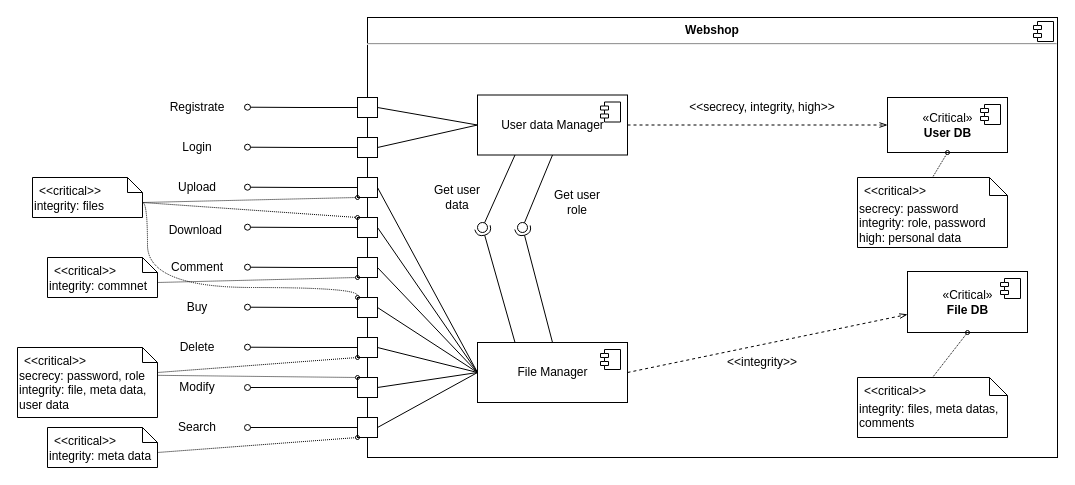
This is page "component" (1 of 3) of Diagrams/sequence/search.drawio from rittakos/CreaTeam-ComputerSecurity, a draw.io file, before an edit. Source tidied: cells renumbered, new cells numbered last; positions are measured from the earlier drawing's top-left corner, leaving out a move shared by most shapes. Both pictures are drawn from the tidied source at 100%, with x=0, y=0 at pixel (17, 17).
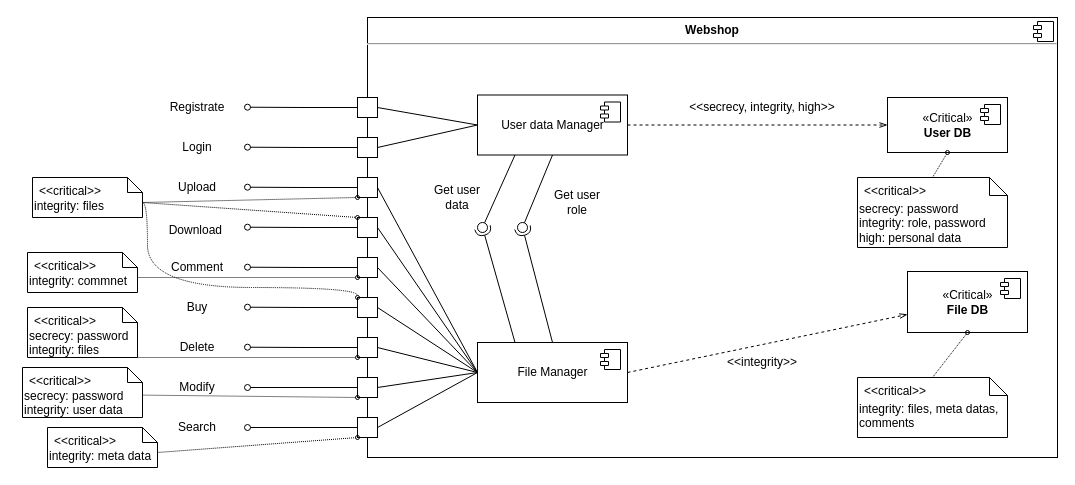
After the change.

Commit message (it also covers changes not shown here):
update component diagram

Unchanged cells that the change refers to:
```xml
<mxCell id="24" style="rounded=0;whiteSpace=wrap;html=1;" parent="1" vertex="1">
  <mxGeometry x="340" y="320" width="20" height="20" as="geometry" />
</mxCell>
<mxCell id="34" style="rounded=0;whiteSpace=wrap;html=1;" parent="1" vertex="1">
  <mxGeometry x="340" y="360" width="20" height="20" as="geometry" />
</mxCell>
```

Diff of the diagram source:
```diff
@@
     <mxCell id="62" value="&lt;div style=&quot;&quot;&gt;&lt;span style=&quot;background-color: initial;&quot;&gt;integrity: commnet&lt;/span&gt;&lt;br&gt;&lt;/div&gt;" style="shape=note2;boundedLbl=1;whiteSpace=wrap;html=1;size=15;verticalAlign=top;align=left;" parent="1" vertex="1">
-      <mxGeometry x="30" y="240" width="110" height="40" as="geometry" />
+      <mxGeometry x="10" y="235" width="110" height="40" as="geometry" />
     </mxCell>
@@
-    <mxCell id="64" style="rounded=0;jettySize=auto;html=1;exitX=1;exitY=1;exitDx=0;exitDy=0;entryX=0;entryY=1;entryDx=0;entryDy=0;dashed=1;dashPattern=1 1;endArrow=oval;endFill=0;endSize=4;" parent="1" edge="1" source="67" target="24">
+    <mxCell id="64" style="rounded=0;jettySize=auto;html=1;exitX=1;exitY=1;exitDx=0;exitDy=0;entryX=0;entryY=1;entryDx=0;entryDy=0;dashed=1;dashPattern=1 1;endArrow=oval;endFill=0;endSize=4;exitPerimeter=0;" parent="1" edge="1" source="81" target="24">
       <mxGeometry relative="1" as="geometry" />
     </mxCell>
-    <mxCell id="65" style="edgeStyle=none;rounded=0;jettySize=auto;html=1;exitX=0;exitY=0;exitDx=110;exitDy=27.5;exitPerimeter=0;entryX=0;entryY=0;entryDx=0;entryDy=0;dashed=1;dashPattern=1 1;endArrow=oval;endFill=0;endSize=4;" parent="1" edge="1" source="66" target="34">
+    <mxCell id="65" style="edgeStyle=none;rounded=0;jettySize=auto;html=1;exitX=0;exitY=0;exitDx=110;exitDy=27.5;exitPerimeter=0;entryX=0;entryY=1;entryDx=0;entryDy=0;dashed=1;dashPattern=1 1;endArrow=oval;endFill=0;endSize=4;" parent="1" edge="1" source="66" target="34">
       <mxGeometry relative="1" as="geometry" />
     </mxCell>
-    <mxCell id="66" value="&lt;div style=&quot;&quot;&gt;&lt;span style=&quot;background-color: initial;&quot;&gt;secrecy: password, role&lt;/span&gt;&lt;/div&gt;&lt;div style=&quot;&quot;&gt;&lt;span style=&quot;background-color: initial;&quot;&gt;integrity: file, meta data, user data&lt;/span&gt;&lt;br&gt;&lt;/div&gt;&lt;div style=&quot;&quot;&gt;&lt;span style=&quot;background-color: initial;&quot;&gt;&lt;br&gt;&lt;/span&gt;&lt;/div&gt;" style="shape=note2;boundedLbl=1;whiteSpace=wrap;html=1;size=15;verticalAlign=top;align=left;" parent="1" vertex="1">
-      <mxGeometry y="330" width="140" height="70" as="geometry" />
+    <mxCell id="66" value="&lt;div style=&quot;&quot;&gt;&lt;span style=&quot;background-color: initial;&quot;&gt;secrecy: password&lt;/span&gt;&lt;/div&gt;&lt;div style=&quot;&quot;&gt;&lt;span style=&quot;background-color: initial;&quot;&gt;integrity: user data&lt;/span&gt;&lt;br&gt;&lt;/div&gt;&lt;div style=&quot;&quot;&gt;&lt;span style=&quot;background-color: initial;&quot;&gt;&lt;br&gt;&lt;/span&gt;&lt;/div&gt;" style="shape=note2;boundedLbl=1;whiteSpace=wrap;html=1;size=15;verticalAlign=top;align=left;" parent="1" vertex="1">
+      <mxGeometry x="5" y="350" width="120" height="50" as="geometry" />
     </mxCell>
     <mxCell id="67" value="&lt;&lt;critical&gt;&gt;" style="strokeColor=none;fillColor=none;align=left;spacingLeft=5;" parent="66" vertex="1">
-      <mxGeometry width="140" height="25" relative="1" as="geometry" />
+      <mxGeometry width="120" height="25" relative="1" as="geometry" />
     </mxCell>
@@
+    <mxCell id="81" value="&lt;div style=&quot;&quot;&gt;&lt;span style=&quot;background-color: initial;&quot;&gt;secrecy: password&lt;/span&gt;&lt;/div&gt;&lt;div style=&quot;&quot;&gt;&lt;span style=&quot;background-color: initial;&quot;&gt;integrity: files&lt;/span&gt;&lt;br&gt;&lt;/div&gt;&lt;div style=&quot;&quot;&gt;&lt;span style=&quot;background-color: initial;&quot;&gt;&lt;br&gt;&lt;/span&gt;&lt;/div&gt;" style="shape=note2;boundedLbl=1;whiteSpace=wrap;html=1;size=15;verticalAlign=top;align=left;" parent="1" vertex="1">
+      <mxGeometry x="10" y="290" width="110" height="50" as="geometry" />
+    </mxCell>
+    <mxCell id="82" value="&lt;&lt;critical&gt;&gt;" style="strokeColor=none;fillColor=none;align=left;spacingLeft=5;" parent="81" vertex="1">
+      <mxGeometry width="110" height="25" relative="1" as="geometry" />
+    </mxCell>
```
